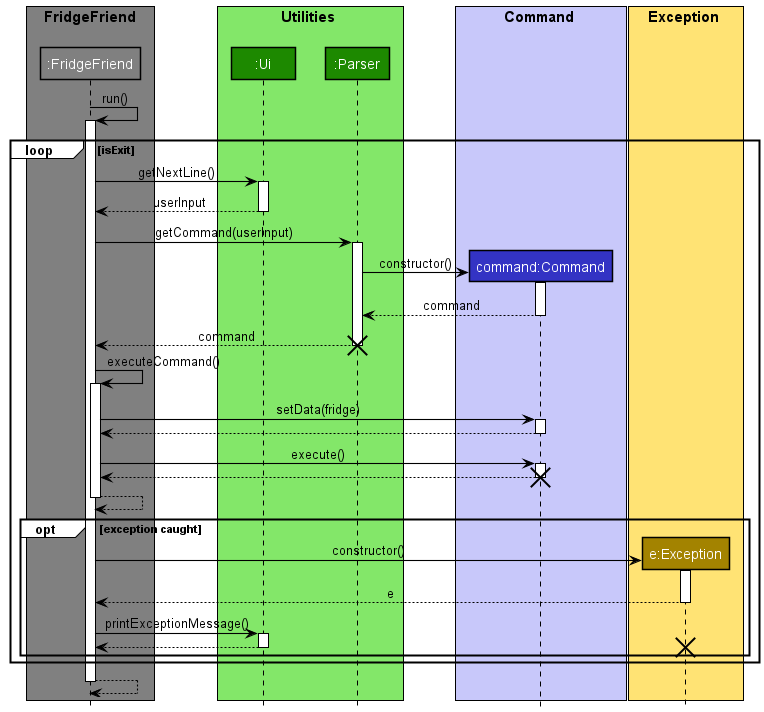
The PlantUML diagram docs/diagrams/diagram_images/MainLogicSequenceDiagram.png in nus-cs2113-AY2021S2/tp, before a commit. The source it was exported from:
```plantuml
@startuml MainLogicSequenceDiagram
!include style.puml

box "FridgeFriend\n" FRIDGEFRIEND_COLOR
Participant ":FridgeFriend" as fridgefriend FRIDGEFRIEND_COLOR
end box

box Utilities UTILITIES_COLOR_T1
Participant ":Ui" as ui UTILITIES_COLOR
Participant ":Parser" as parser UTILITIES_COLOR
end box

box Command COMMAND_COLOR_T1
Participant "command:Command" as command COMMAND_COLOR
end box

box Exception EXCEPTION_COLOR_T1
Participant "e:Exception" as exception EXCEPTION_COLOR
end box

autoactivate on
fridgefriend->fridgefriend: run()
loop isExit
    fridgefriend -> ui: getNextLine()
    return userInput

    fridgefriend -> parser: getCommand(userInput)
    create command
    parser -> command: constructor()
    return command
    return command
    destroy parser

    fridgefriend -> fridgefriend: executeCommand()
        fridgefriend -> command: setData(fridge)
        return
        fridgefriend -> command: execute()
        return
        destroy command
        return

    opt exception caught
        create exception
        fridgefriend -> exception: constructor()
        return e
        fridgefriend -> ui: printExceptionMessage()
        return
        destroy exception
        end
    end
return

@enduml
```
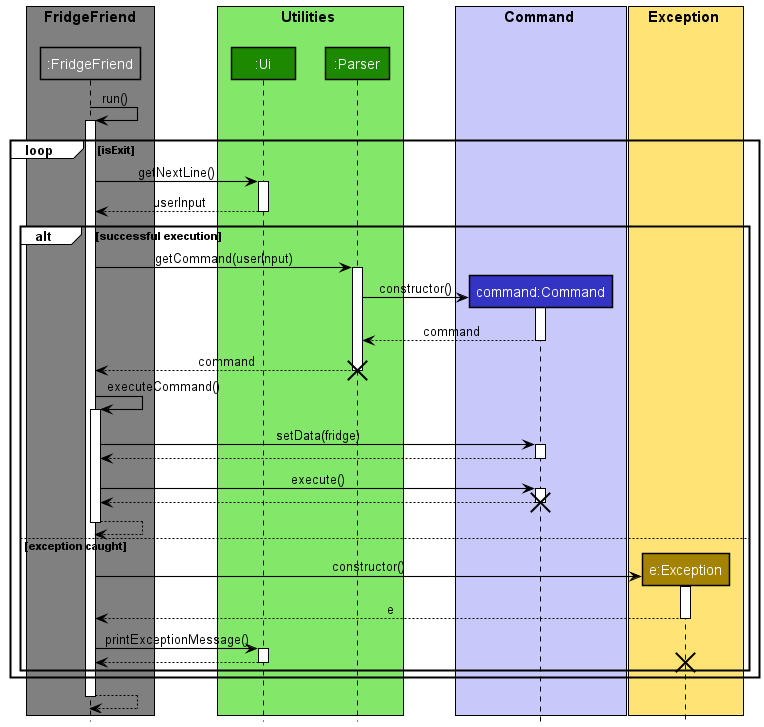
After the commit.

Commit message:
Implement alt instead of opt

What changed in the source:
```diff
@@ -24,22 +24,22 @@
     fridgefriend -> ui: getNextLine()
     return userInput
 
-    fridgefriend -> parser: getCommand(userInput)
-    create command
-    parser -> command: constructor()
-    return command
-    return command
-    destroy parser
+    alt successful execution
+        fridgefriend -> parser: getCommand(userInput)
+        create command
+        parser -> command: constructor()
+        return command
+        return command
+        destroy parser
 
-    fridgefriend -> fridgefriend: executeCommand()
+        fridgefriend -> fridgefriend: executeCommand()
         fridgefriend -> command: setData(fridge)
         return
         fridgefriend -> command: execute()
         return
         destroy command
         return
-
-    opt exception caught
+    else exception caught
         create exception
         fridgefriend -> exception: constructor()
         return e
```
